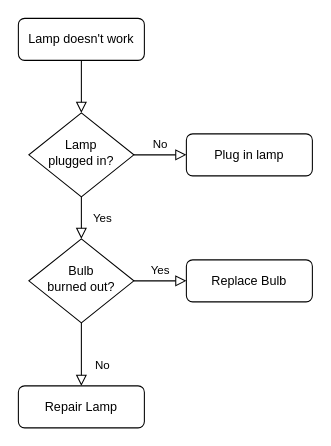
Earlier version of the draw.io diagram TCC XAI.drawio (braiansmarzaro/xai-ecg). Source tidied: cells renumbered, new cells numbered last; positions are measured from the earlier drawing's top-left corner, leaving out a move shared by most shapes. Both pictures are drawn from the tidied source at 105%, with x=0, y=0 at pixel (18, 18).
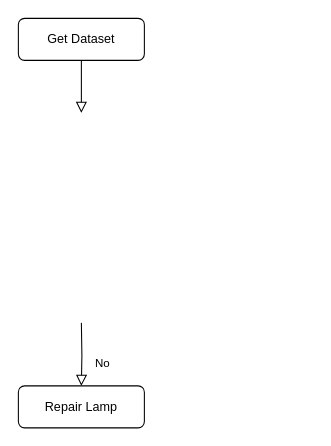
The same diagram, later.

Diff of the diagram source:
```diff
@@
 <mxGraphModel>
   <root>
     <mxCell id="0" />
     <mxCell id="1" parent="0" />
-    <mxCell id="2" style="rounded=0;html=1;jettySize=auto;fontSize=11;endArrow=block;endFill=0;endSize=8;strokeWidth=1;shadow=0;labelBackgroundColor=none;edgeStyle=orthogonalEdgeStyle;" parent="1" edge="1" source="3" target="6">
-      <mxGeometry relative="1" as="geometry" />
+    <mxCell id="2" style="rounded=0;html=1;jettySize=auto;fontSize=11;endArrow=block;endFill=0;endSize=8;strokeWidth=1;shadow=0;labelBackgroundColor=none;edgeStyle=orthogonalEdgeStyle;" parent="1" edge="1" source="3">
+      <mxGeometry relative="1" as="geometry">
+        <mxPoint x="60" y="90" as="targetPoint" />
+      </mxGeometry>
     </mxCell>
-    <mxCell id="3" value="Lamp doesn't work" style="rounded=1;whiteSpace=wrap;html=1;fontSize=12;glass=0;strokeWidth=1;shadow=0;" parent="1" vertex="1">
+    <mxCell id="3" value="Get Dataset" style="rounded=1;whiteSpace=wrap;html=1;fontSize=12;glass=0;strokeWidth=1;shadow=0;" parent="1" vertex="1">
       <mxGeometry width="120" height="40" as="geometry" />
     </mxCell>
-    <mxCell id="4" value="Yes" style="rounded=0;html=1;jettySize=auto;fontSize=11;endArrow=block;endFill=0;endSize=8;strokeWidth=1;shadow=0;labelBackgroundColor=none;edgeStyle=orthogonalEdgeStyle;" parent="1" edge="1" source="6" target="10">
-      <mxGeometry y="20" relative="1" as="geometry" />
+    <mxCell id="4" value="Yes" style="rounded=0;html=1;jettySize=auto;orthogonalLoop=1;fontSize=11;endArrow=block;endFill=0;endSize=8;strokeWidth=1;shadow=0;labelBackgroundColor=none;edgeStyle=orthogonalEdgeStyle;" parent="1" edge="1">
+      <mxGeometry y="20" relative="1" as="geometry">
+        <mxPoint x="60" y="170" as="sourcePoint" />
+      </mxGeometry>
     </mxCell>
-    <mxCell id="5" value="No" style="edgeStyle=orthogonalEdgeStyle;rounded=0;html=1;jettySize=auto;fontSize=11;endArrow=block;endFill=0;endSize=8;strokeWidth=1;shadow=0;labelBackgroundColor=none;" parent="1" edge="1" source="6" target="7">
-      <mxGeometry y="10" relative="1" as="geometry" />
+    <mxCell id="5" value="No" style="edgeStyle=orthogonalEdgeStyle;rounded=0;html=1;jettySize=auto;orthogonalLoop=1;fontSize=11;endArrow=block;endFill=0;endSize=8;strokeWidth=1;shadow=0;labelBackgroundColor=none;" parent="1" edge="1">
+      <mxGeometry y="10" relative="1" as="geometry">
+        <mxPoint x="110" y="130" as="sourcePoint" />
+      </mxGeometry>
     </mxCell>
-    <mxCell id="6" value="Lamp&lt;br&gt;plugged in?" style="rhombus;whiteSpace=wrap;html=1;shadow=0;fontFamily=Helvetica;fontSize=12;align=center;strokeWidth=1;spacing=6;spacingTop=-4;" parent="1" vertex="1">
-      <mxGeometry x="10" y="90" width="100" height="80" as="geometry" />
-    </mxCell>
-    <mxCell id="7" value="Plug in lamp" style="rounded=1;whiteSpace=wrap;html=1;fontSize=12;glass=0;strokeWidth=1;shadow=0;" parent="1" vertex="1">
-      <mxGeometry x="160" y="110" width="120" height="40" as="geometry" />
-    </mxCell>
-    <mxCell id="8" value="No" style="rounded=0;html=1;jettySize=auto;fontSize=11;endArrow=block;endFill=0;endSize=8;strokeWidth=1;shadow=0;labelBackgroundColor=none;edgeStyle=orthogonalEdgeStyle;" parent="1" edge="1" source="10" target="11">
-      <mxGeometry x="0.33" y="20" relative="1" as="geometry" />
+    <mxCell id="8" value="No" style="rounded=0;html=1;jettySize=auto;fontSize=11;endArrow=block;endFill=0;endSize=8;strokeWidth=1;shadow=0;labelBackgroundColor=none;edgeStyle=orthogonalEdgeStyle;" parent="1" edge="1" target="11">
+      <mxGeometry x="0.33" y="20" relative="1" as="geometry">
+        <mxPoint x="60" y="290" as="sourcePoint" />
+      </mxGeometry>
     </mxCell>
-    <mxCell id="9" value="Yes" style="edgeStyle=orthogonalEdgeStyle;rounded=0;html=1;jettySize=auto;fontSize=11;endArrow=block;endFill=0;endSize=8;strokeWidth=1;shadow=0;labelBackgroundColor=none;" parent="1" edge="1" source="10" target="12">
-      <mxGeometry y="10" relative="1" as="geometry" />
+    <mxCell id="9" value="Yes" style="edgeStyle=orthogonalEdgeStyle;rounded=0;html=1;jettySize=auto;orthogonalLoop=1;fontSize=11;endArrow=block;endFill=0;endSize=8;strokeWidth=1;shadow=0;labelBackgroundColor=none;" parent="1" edge="1">
+      <mxGeometry y="10" relative="1" as="geometry">
+        <mxPoint x="160" y="250" as="targetPoint" />
+      </mxGeometry>
     </mxCell>
-    <mxCell id="10" value="Bulb&lt;br&gt;burned out?" style="rhombus;whiteSpace=wrap;html=1;shadow=0;fontFamily=Helvetica;fontSize=12;align=center;strokeWidth=1;spacing=6;spacingTop=-4;" parent="1" vertex="1">
-      <mxGeometry x="10" y="210" width="100" height="80" as="geometry" />
-    </mxCell>
     <mxCell id="11" value="Repair Lamp" style="rounded=1;whiteSpace=wrap;html=1;fontSize=12;glass=0;strokeWidth=1;shadow=0;" parent="1" vertex="1">
       <mxGeometry y="350" width="120" height="40" as="geometry" />
     </mxCell>
-    <mxCell id="12" value="Replace Bulb" style="rounded=1;whiteSpace=wrap;html=1;fontSize=12;glass=0;strokeWidth=1;shadow=0;" parent="1" vertex="1">
-      <mxGeometry x="160" y="230" width="120" height="40" as="geometry" />
-    </mxCell>
   </root>
 </mxGraphModel>
```
